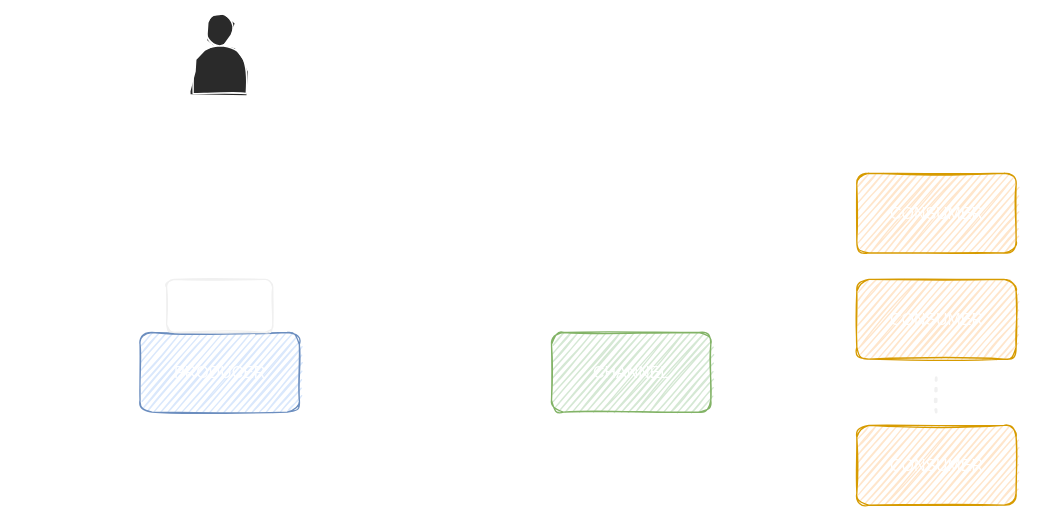
The draw.io diagram Anexos/mixing_eda_with_request_response.svg in BrunoOlivei/event-driven-architeture, before a commit. Source tidied: cells renumbered, new cells last; positions are measured from the earlier drawing's top-left corner, leaving out a move shared by most shapes.
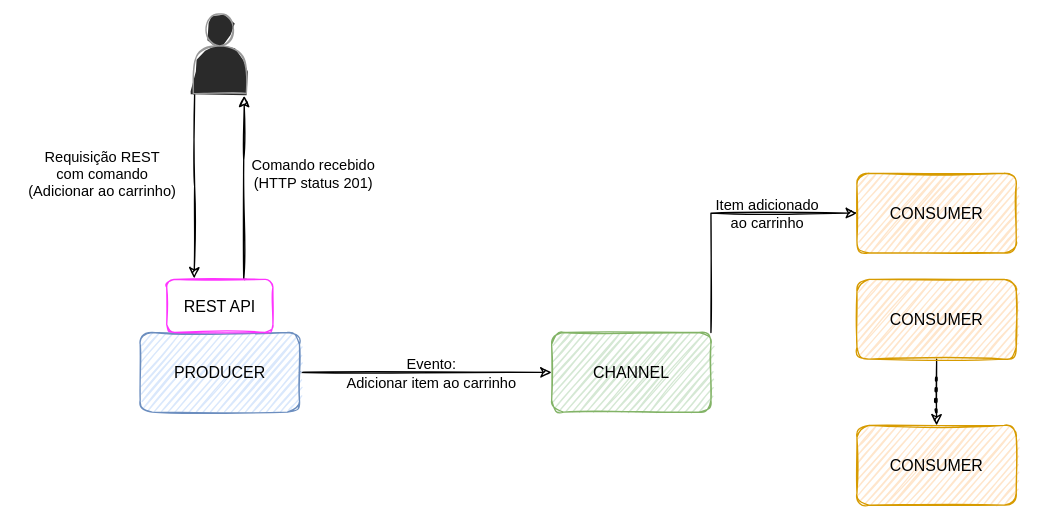
Later version of the same file.

Commit message:
Advanced topics/mixing eda with request-response

Change to the diagram source:
```diff
@@ -2,7 +2,7 @@
   <root>
     <mxCell id="0" />
     <mxCell id="1" parent="0" />
-    <mxCell id="2" style="edgeStyle=orthogonalEdgeStyle;rounded=0;orthogonalLoop=1;jettySize=auto;html=1;entryX=0.289;entryY=-0.053;entryDx=0;entryDy=0;exitX=0.06;exitY=0.977;exitDx=0;exitDy=0;exitPerimeter=0;entryPerimeter=0;strokeColor=#FFFFFF;" parent="1" edge="1">
+    <mxCell id="2" style="edgeStyle=orthogonalEdgeStyle;rounded=0;orthogonalLoop=1;jettySize=auto;html=1;entryX=0.289;entryY=-0.053;entryDx=0;entryDy=0;exitX=0.06;exitY=0.977;exitDx=0;exitDy=0;exitPerimeter=0;entryPerimeter=0;strokeColor=#000000;" parent="1" edge="1">
       <mxGeometry relative="1" as="geometry">
         <mxPoint x="40" y="60" as="sourcePoint" />
         <mxPoint x="40.7" y="199.3" as="targetPoint" />
@@ -12,26 +12,26 @@
         </Array>
       </mxGeometry>
     </mxCell>
-    <mxCell id="3" value="&lt;font color=&quot;#ffffff&quot;&gt;Requisição REST &lt;br&gt;com comando &lt;br&gt;(Adicionar ao carrinho)&lt;/font&gt;" style="edgeLabel;html=1;align=center;verticalAlign=middle;fillColor=none;labelBackgroundColor=none;" parent="2" vertex="1">
+    <mxCell id="3" value="&lt;font&gt;Requisição REST &lt;br&gt;com comando &lt;br&gt;(Adicionar ao carrinho)&lt;/font&gt;" style="edgeLabel;html=1;align=center;verticalAlign=middle;fillColor=none;labelBackgroundColor=none;fontColor=#000000;" parent="2" vertex="1">
       <mxGeometry x="-0.31" y="-1" relative="1" as="geometry">
         <mxPoint x="-70" y="13" as="offset" />
       </mxGeometry>
     </mxCell>
-    <mxCell id="4" style="shape=actor;whiteSpace=wrap;html=1;strokeColor=#FFFFFF;" parent="1" vertex="1">
+    <mxCell id="4" style="shape=actor;whiteSpace=wrap;html=1;fillColor=#2A2A2A;strokeColor=#999999;" parent="1" vertex="1">
       <mxGeometry x="40" width="40" height="60" as="geometry" />
     </mxCell>
-    <mxCell id="5" style="edgeStyle=orthogonalEdgeStyle;rounded=0;jettySize=auto;html=1;strokeColor=#FFFFFF;" parent="1" edge="1" source="7" target="13">
+    <mxCell id="5" style="edgeStyle=orthogonalEdgeStyle;rounded=0;jettySize=auto;html=1;strokeColor=#000000;" parent="1" edge="1" source="7" target="13">
       <mxGeometry relative="1" as="geometry" />
     </mxCell>
-    <mxCell id="6" value="&lt;font color=&quot;#ffffff&quot;&gt;Evento: &lt;br&gt;Adicionar item ao carrinho&lt;/font&gt;" style="edgeLabel;html=1;align=center;verticalAlign=middle;fillColor=none;labelBackgroundColor=none;" parent="5" vertex="1">
+    <mxCell id="6" value="&lt;font&gt;Evento: &lt;br&gt;Adicionar item ao carrinho&lt;/font&gt;" style="edgeLabel;html=1;align=center;verticalAlign=middle;fillColor=none;labelBackgroundColor=none;fontColor=#000000;" parent="5" vertex="1">
       <mxGeometry x="-0.22" y="1" relative="1" as="geometry">
         <mxPoint x="24" y="1" as="offset" />
       </mxGeometry>
     </mxCell>
-    <mxCell id="7" value="&lt;font color=&quot;#ffffff&quot;&gt;PRODUCER&lt;/font&gt;" style="rounded=1;whiteSpace=wrap;html=1;fillColor=#dae8fc;strokeColor=#6c8ebf;" parent="1" vertex="1">
+    <mxCell id="7" value="&lt;font color=&quot;#000000&quot;&gt;PRODUCER&lt;/font&gt;" style="rounded=1;whiteSpace=wrap;html=1;strokeColor=#6c8ebf;fillColor=#DAE8FC;" parent="1" vertex="1">
       <mxGeometry y="240" width="120" height="60" as="geometry" />
     </mxCell>
-    <mxCell id="8" style="edgeStyle=orthogonalEdgeStyle;rounded=0;jettySize=auto;html=1;exitX=0.75;exitY=0;exitDx=0;exitDy=0;entryX=0.96;entryY=1.029;entryDx=0;entryDy=0;entryPerimeter=0;strokeColor=#FFFFFF;" parent="1" edge="1" source="10" target="4">
+    <mxCell id="8" style="edgeStyle=orthogonalEdgeStyle;rounded=0;jettySize=auto;html=1;exitX=0.75;exitY=0;exitDx=0;exitDy=0;entryX=0.96;entryY=1.029;entryDx=0;entryDy=0;entryPerimeter=0;strokeColor=#000000;" parent="1" edge="1" source="10" target="4">
       <mxGeometry relative="1" as="geometry">
         <Array as="points">
           <mxPoint x="78" y="200" />
@@ -40,38 +40,41 @@
         </Array>
       </mxGeometry>
     </mxCell>
-    <mxCell id="9" value="&lt;font color=&quot;#ffffff&quot;&gt;Comando recebido &lt;br&gt;(HTTP status 201)&lt;/font&gt;" style="edgeLabel;html=1;align=center;verticalAlign=middle;fillColor=none;labelBackgroundColor=none;" parent="8" vertex="1">
+    <mxCell id="9" value="&lt;font&gt;Comando recebido &lt;br&gt;(HTTP status 201)&lt;/font&gt;" style="edgeLabel;html=1;align=center;verticalAlign=middle;fillColor=none;labelBackgroundColor=none;fontColor=#000000;" parent="8" vertex="1">
       <mxGeometry x="-0.2" y="1" relative="1" as="geometry">
         <mxPoint x="53" y="-26" as="offset" />
       </mxGeometry>
     </mxCell>
-    <mxCell id="10" value="&lt;font color=&quot;#ffffff&quot;&gt;REST API&lt;/font&gt;" style="rounded=1;whiteSpace=wrap;html=1;fillColor=none;" parent="1" vertex="1">
+    <mxCell id="10" value="&lt;font color=&quot;#000000&quot;&gt;REST API&lt;/font&gt;" style="rounded=1;whiteSpace=wrap;html=1;fillColor=none;strokeColor=#FF33FF;" parent="1" vertex="1">
       <mxGeometry x="20" y="200" width="80" height="40" as="geometry" />
     </mxCell>
-    <mxCell id="11" style="edgeStyle=orthogonalEdgeStyle;rounded=0;jettySize=auto;html=1;exitX=1;exitY=0;exitDx=0;exitDy=0;entryX=0;entryY=0.5;entryDx=0;entryDy=0;strokeColor=#FFFFFF;" parent="1" edge="1" source="13" target="14">
+    <mxCell id="11" style="edgeStyle=orthogonalEdgeStyle;rounded=0;jettySize=auto;html=1;exitX=1;exitY=0;exitDx=0;exitDy=0;entryX=0;entryY=0.5;entryDx=0;entryDy=0;strokeColor=#000000;" parent="1" edge="1" source="13" target="14">
       <mxGeometry relative="1" as="geometry" />
     </mxCell>
-    <mxCell id="12" value="&lt;font color=&quot;#ffffff&quot;&gt;Item adicionado &lt;br&gt;ao carrinho&lt;/font&gt;" style="edgeLabel;html=1;align=center;verticalAlign=middle;fillColor=none;labelBackgroundColor=none;" parent="11" vertex="1">
+    <mxCell id="12" value="&lt;font color=&quot;#000000&quot;&gt;Item adicionado &lt;br&gt;ao carrinho&lt;/font&gt;" style="edgeLabel;html=1;align=center;verticalAlign=middle;fillColor=none;labelBackgroundColor=none;" parent="11" vertex="1">
       <mxGeometry x="0.09" relative="1" as="geometry">
         <mxPoint x="22" as="offset" />
       </mxGeometry>
     </mxCell>
-    <mxCell id="13" value="&lt;font color=&quot;#ffffff&quot;&gt;CHANNEL&lt;/font&gt;" style="whiteSpace=wrap;html=1;rounded=1;fillColor=#d5e8d4;strokeColor=#82b366;" parent="1" vertex="1">
+    <mxCell id="13" value="&lt;font color=&quot;#000000&quot;&gt;CHANNEL&lt;/font&gt;" style="whiteSpace=wrap;html=1;rounded=1;fillColor=#d5e8d4;strokeColor=#82b366;" parent="1" vertex="1">
       <mxGeometry x="310" y="240" width="120" height="60" as="geometry" />
     </mxCell>
-    <mxCell id="14" value="&lt;font color=&quot;#ffffff&quot;&gt;CONSUMER&lt;/font&gt;" style="rounded=1;whiteSpace=wrap;html=1;fillColor=#ffe6cc;strokeColor=#d79b00;" parent="1" vertex="1">
+    <mxCell id="14" value="&lt;font color=&quot;#000000&quot;&gt;CONSUMER&lt;/font&gt;" style="rounded=1;whiteSpace=wrap;html=1;fillColor=#ffe6cc;strokeColor=#d79b00;" parent="1" vertex="1">
       <mxGeometry x="540" y="120" width="120" height="60" as="geometry" />
     </mxCell>
+    <mxCell id="18" style="edgeStyle=none;html=1;fontColor=#000000;strokeColor=#000000;" parent="1" edge="1" source="15" target="17">
+      <mxGeometry relative="1" as="geometry" />
+    </mxCell>
-    <mxCell id="15" value="&lt;font color=&quot;#ffffff&quot;&gt;CONSUMER&lt;/font&gt;" style="rounded=1;whiteSpace=wrap;html=1;fillColor=#ffe6cc;strokeColor=#d79b00;" parent="1" vertex="1">
+    <mxCell id="15" value="&lt;font color=&quot;#000000&quot;&gt;CONSUMER&lt;/font&gt;" style="rounded=1;whiteSpace=wrap;html=1;fillColor=#ffe6cc;strokeColor=#d79b00;" parent="1" vertex="1">
       <mxGeometry x="540" y="200" width="120" height="60" as="geometry" />
     </mxCell>
-    <mxCell id="16" style="endArrow=none;dashed=1;html=1;dashPattern=1 3;strokeWidth=2;rounded=0;" parent="1" edge="1">
+    <mxCell id="16" style="endArrow=none;dashed=1;html=1;dashPattern=1 3;strokeWidth=2;rounded=0;strokeColor=#000000;" parent="1" edge="1">
       <mxGeometry relative="1" as="geometry">
         <mxPoint x="599.8" y="300" as="sourcePoint" />
         <mxPoint x="599.8" y="270" as="targetPoint" />
       </mxGeometry>
     </mxCell>
-    <mxCell id="17" value="&lt;font color=&quot;#ffffff&quot;&gt;CONSUMER&lt;/font&gt;" style="rounded=1;whiteSpace=wrap;html=1;fillColor=#ffe6cc;strokeColor=#d79b00;" parent="1" vertex="1">
+    <mxCell id="17" value="&lt;font color=&quot;#000000&quot;&gt;CONSUMER&lt;/font&gt;" style="rounded=1;whiteSpace=wrap;html=1;fillColor=#ffe6cc;strokeColor=#d79b00;" parent="1" vertex="1">
       <mxGeometry x="540" y="310" width="120" height="60" as="geometry" />
     </mxCell>
   </root>
```
